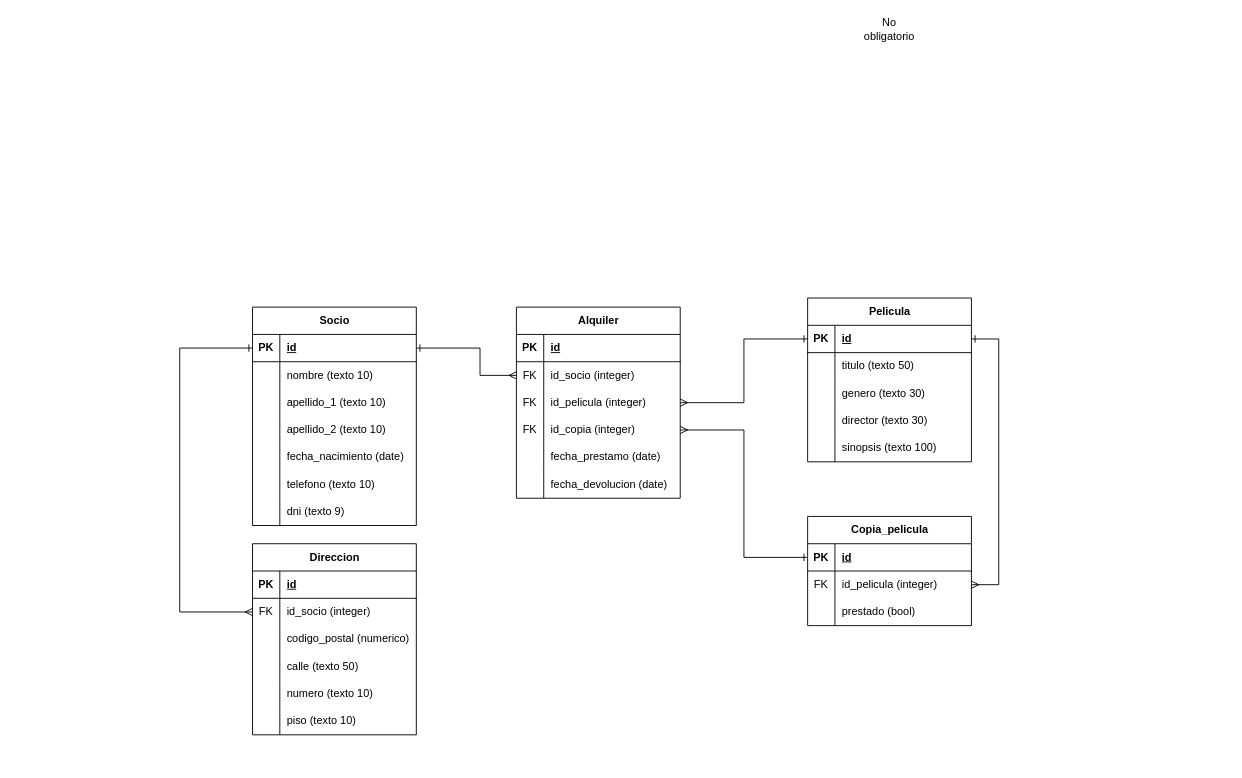
Above: practica.drawio in PaulaBCdev/practica_sql (draw.io), before the change. Source tidied: cells renumbered, new cells numbered last; positions are measured from the earlier drawing's top-left corner, leaving out a move shared by most shapes. Both pictures are drawn from the tidied source at 91%, with x=0, y=0 at pixel (179, 15).
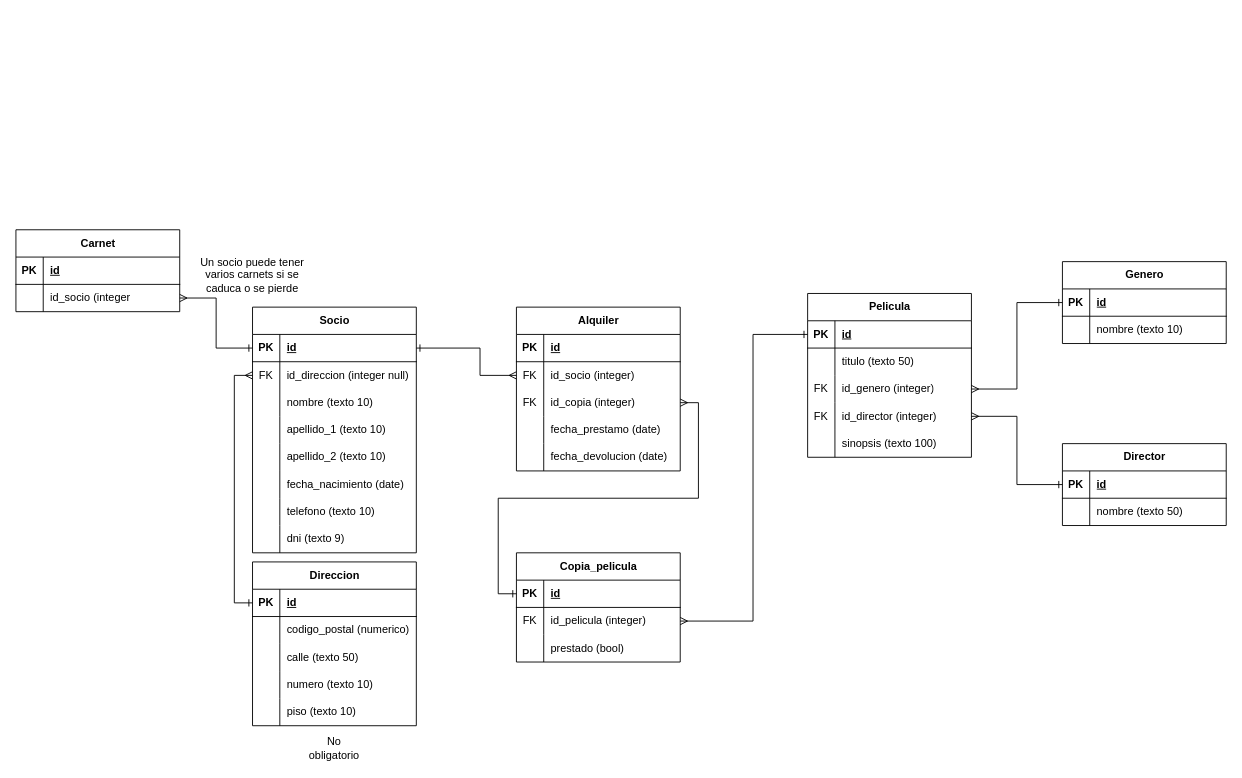
After the change.

Commit message (it also covers changes not shown here):
Nuevas tablas en draw.io e inserts en las tablas en dbeaver

Unchanged cells that the change refers to:
```xml
<mxCell id="3" style="shape=tableRow;horizontal=0;startSize=0;swimlaneHead=0;swimlaneBody=0;fillColor=none;points=[[0,0.5],[1,0.5]];portConstraint=eastwest;top=0;left=0;right=0;bottom=1;" parent="2" vertex="1">
  <mxGeometry y="30" width="180" height="30" as="geometry" />
</mxCell>
<mxCell id="25" style="shape=tableRow;horizontal=0;startSize=0;swimlaneHead=0;swimlaneBody=0;fillColor=none;points=[[0,0.5],[1,0.5]];portConstraint=eastwest;top=0;left=0;right=0;bottom=1;" parent="24" vertex="1">
  <mxGeometry y="30" width="180" height="30" as="geometry" />
</mxCell>
<mxCell id="44" style="shape=tableRow;horizontal=0;startSize=0;swimlaneHead=0;swimlaneBody=0;fillColor=none;points=[[0,0.5],[1,0.5]];portConstraint=eastwest;top=0;left=0;right=0;bottom=1;" parent="43" vertex="1">
  <mxGeometry y="30" width="180" height="30" as="geometry" />
</mxCell>
<mxCell id="50" style="shape=tableRow;horizontal=0;startSize=0;swimlaneHead=0;swimlaneBody=0;fillColor=none;points=[[0,0.5],[1,0.5]];portConstraint=eastwest;top=0;left=0;right=0;bottom=0;" parent="43" vertex="1">
  <mxGeometry y="90" width="180" height="30" as="geometry" />
</mxCell>
<mxCell id="53" style="shape=tableRow;horizontal=0;startSize=0;swimlaneHead=0;swimlaneBody=0;fillColor=none;points=[[0,0.5],[1,0.5]];portConstraint=eastwest;top=0;left=0;right=0;bottom=0;" parent="43" vertex="1">
  <mxGeometry y="120" width="180" height="30" as="geometry" />
</mxCell>
<mxCell id="82" style="shape=tableRow;horizontal=0;startSize=0;swimlaneHead=0;swimlaneBody=0;fillColor=none;points=[[0,0.5],[1,0.5]];portConstraint=eastwest;top=0;left=0;right=0;bottom=0;" parent="78" vertex="1">
  <mxGeometry y="60" width="180" height="30" as="geometry" />
</mxCell>
```

What changed in the source:
```diff
@@
     <mxCell id="2" value="Socio" style="shape=table;startSize=30;childLayout=tableLayout;rowLines=0;fontStyle=1;align=center;html=1;" parent="1" vertex="1">
-      <mxGeometry x="80" y="320" width="180" height="240" as="geometry" />
+      <mxGeometry x="80" y="320" width="180" height="270" as="geometry" />
     </mxCell>
@@
+    <mxCell id="94" style="shape=tableRow;horizontal=0;startSize=0;swimlaneHead=0;swimlaneBody=0;fillColor=none;points=[[0,0.5],[1,0.5]];portConstraint=eastwest;top=0;left=0;right=0;bottom=0;" parent="2" vertex="1">
+      <mxGeometry y="60" width="180" height="30" as="geometry" />
+    </mxCell>
+    <mxCell id="95" value="FK" style="shape=partialRectangle;fillColor=none;top=0;left=0;bottom=0;right=0;overflow=hidden;whiteSpace=wrap;html=1;" parent="94" vertex="1">
+      <mxGeometry width="30" height="30" as="geometry" />
+    </mxCell>
+    <mxCell id="96" value="id_direccion (integer null)" style="shape=partialRectangle;fillColor=none;top=0;left=0;bottom=0;right=0;align=left;spacingLeft=6;overflow=hidden;whiteSpace=wrap;html=1;" parent="94" vertex="1">
+      <mxGeometry x="30" width="150" height="30" as="geometry" />
+    </mxCell>
     <mxCell id="6" style="shape=tableRow;horizontal=0;startSize=0;swimlaneHead=0;swimlaneBody=0;fillColor=none;top=0;left=0;right=0;bottom=0;" parent="2" vertex="1">
-      <mxGeometry y="60" width="180" height="30" as="geometry" />
+      <mxGeometry y="90" width="180" height="30" as="geometry" />
     </mxCell>
@@
     <mxCell id="9" style="shape=tableRow;horizontal=0;startSize=0;swimlaneHead=0;swimlaneBody=0;fillColor=none;top=0;left=0;right=0;bottom=0;" parent="2" vertex="1">
-      <mxGeometry y="90" width="180" height="30" as="geometry" />
+      <mxGeometry y="120" width="180" height="30" as="geometry" />
     </mxCell>
@@
     <mxCell id="12" style="shape=tableRow;horizontal=0;startSize=0;swimlaneHead=0;swimlaneBody=0;fillColor=none;top=0;left=0;right=0;bottom=0;" parent="2" vertex="1">
-      <mxGeometry y="120" width="180" height="30" as="geometry" />
+      <mxGeometry y="150" width="180" height="30" as="geometry" />
     </mxCell>
@@
     <mxCell id="15" style="shape=tableRow;horizontal=0;startSize=0;swimlaneHead=0;swimlaneBody=0;fillColor=none;top=0;left=0;right=0;bottom=0;" parent="2" vertex="1">
-      <mxGeometry y="150" width="180" height="30" as="geometry" />
+      <mxGeometry y="180" width="180" height="30" as="geometry" />
     </mxCell>
@@
     <mxCell id="18" style="shape=tableRow;horizontal=0;startSize=0;swimlaneHead=0;swimlaneBody=0;fillColor=none;top=0;left=0;right=0;bottom=0;" parent="2" vertex="1">
-      <mxGeometry y="180" width="180" height="30" as="geometry" />
+      <mxGeometry y="210" width="180" height="30" as="geometry" />
     </mxCell>
@@
     <mxCell id="21" style="shape=tableRow;horizontal=0;startSize=0;swimlaneHead=0;swimlaneBody=0;fillColor=none;top=0;left=0;right=0;bottom=0;" parent="2" vertex="1">
-      <mxGeometry y="210" width="180" height="30" as="geometry" />
+      <mxGeometry y="240" width="180" height="30" as="geometry" />
     </mxCell>
@@
     <mxCell id="24" value="Direccion" style="shape=table;startSize=30;childLayout=tableLayout;rowLines=0;fontStyle=1;align=center;html=1;" parent="1" vertex="1">
-      <mxGeometry x="80" y="580" width="180" height="210" as="geometry" />
+      <mxGeometry x="80" y="600" width="180" height="180" as="geometry" />
     </mxCell>
@@
-    <mxCell id="28" style="shape=tableRow;horizontal=0;startSize=0;swimlaneHead=0;swimlaneBody=0;fillColor=none;points=[[0,0.5],[1,0.5]];portConstraint=eastwest;top=0;left=0;right=0;bottom=0;" parent="24" vertex="1">
-      <mxGeometry y="60" width="180" height="30" as="geometry" />
-    </mxCell>
-    <mxCell id="29" value="FK" style="shape=partialRectangle;fillColor=none;top=0;left=0;bottom=0;right=0;overflow=hidden;whiteSpace=wrap;html=1;" parent="28" vertex="1">
-      <mxGeometry width="30" height="30" as="geometry" />
-    </mxCell>
-    <mxCell id="30" value="id_socio (integer)" style="shape=partialRectangle;fillColor=none;top=0;left=0;bottom=0;right=0;align=left;spacingLeft=6;overflow=hidden;whiteSpace=wrap;html=1;" parent="28" vertex="1">
-      <mxGeometry x="30" width="150" height="30" as="geometry" />
-    </mxCell>
     <mxCell id="31" style="shape=tableRow;horizontal=0;startSize=0;swimlaneHead=0;swimlaneBody=0;fillColor=none;top=0;left=0;right=0;bottom=0;" parent="24" vertex="1">
-      <mxGeometry y="90" width="180" height="30" as="geometry" />
+      <mxGeometry y="60" width="180" height="30" as="geometry" />
     </mxCell>
@@
     <mxCell id="34" style="shape=tableRow;horizontal=0;startSize=0;swimlaneHead=0;swimlaneBody=0;fillColor=none;top=0;left=0;right=0;bottom=0;" parent="24" vertex="1">
-      <mxGeometry y="120" width="180" height="30" as="geometry" />
+      <mxGeometry y="90" width="180" height="30" as="geometry" />
     </mxCell>
@@
     <mxCell id="37" style="shape=tableRow;horizontal=0;startSize=0;swimlaneHead=0;swimlaneBody=0;fillColor=none;top=0;left=0;right=0;bottom=0;" parent="24" vertex="1">
-      <mxGeometry y="150" width="180" height="30" as="geometry" />
+      <mxGeometry y="120" width="180" height="30" as="geometry" />
     </mxCell>
@@
     <mxCell id="40" style="shape=tableRow;horizontal=0;startSize=0;swimlaneHead=0;swimlaneBody=0;fillColor=none;top=0;left=0;right=0;bottom=0;" parent="24" vertex="1">
-      <mxGeometry y="180" width="180" height="30" as="geometry" />
+      <mxGeometry y="150" width="180" height="30" as="geometry" />
     </mxCell>
@@
     <mxCell id="43" value="Pelicula" style="shape=table;startSize=30;childLayout=tableLayout;rowLines=0;fontStyle=1;align=center;html=1;" parent="1" vertex="1">
-      <mxGeometry x="690" y="310" width="180" height="180" as="geometry" />
+      <mxGeometry x="690" y="305" width="180" height="180" as="geometry" />
     </mxCell>
@@
-    <mxCell id="51" style="shape=partialRectangle;fillColor=none;top=0;left=0;bottom=0;right=0;overflow=hidden;whiteSpace=wrap;html=1;" parent="50" vertex="1">
+    <mxCell id="51" value="FK" style="shape=partialRectangle;fillColor=none;top=0;left=0;bottom=0;right=0;overflow=hidden;whiteSpace=wrap;html=1;" parent="50" vertex="1">
       <mxGeometry width="30" height="30" as="geometry" />
     </mxCell>
-    <mxCell id="52" value="genero (texto 30)" style="shape=partialRectangle;fillColor=none;top=0;left=0;bottom=0;right=0;align=left;spacingLeft=6;overflow=hidden;whiteSpace=wrap;html=1;" parent="50" vertex="1">
+    <mxCell id="52" value="id_genero (integer)" style="shape=partialRectangle;fillColor=none;top=0;left=0;bottom=0;right=0;align=left;spacingLeft=6;overflow=hidden;whiteSpace=wrap;html=1;" parent="50" vertex="1">
       <mxGeometry x="30" width="150" height="30" as="geometry" />
     </mxCell>
@@
-    <mxCell id="54" style="shape=partialRectangle;fillColor=none;top=0;left=0;bottom=0;right=0;overflow=hidden;whiteSpace=wrap;html=1;" parent="53" vertex="1">
+    <mxCell id="54" value="FK" style="shape=partialRectangle;fillColor=none;top=0;left=0;bottom=0;right=0;overflow=hidden;whiteSpace=wrap;html=1;" parent="53" vertex="1">
       <mxGeometry width="30" height="30" as="geometry" />
     </mxCell>
-    <mxCell id="55" value="director (texto 30)" style="shape=partialRectangle;fillColor=none;top=0;left=0;bottom=0;right=0;align=left;spacingLeft=6;overflow=hidden;whiteSpace=wrap;html=1;" parent="53" vertex="1">
+    <mxCell id="55" value="id_director (integer)" style="shape=partialRectangle;fillColor=none;top=0;left=0;bottom=0;right=0;align=left;spacingLeft=6;overflow=hidden;whiteSpace=wrap;html=1;" parent="53" vertex="1">
       <mxGeometry x="30" width="150" height="30" as="geometry" />
     </mxCell>
@@
     <mxCell id="59" value="Alquiler" style="shape=table;startSize=30;childLayout=tableLayout;rowLines=0;fontStyle=1;align=center;html=1;" parent="1" vertex="1">
-      <mxGeometry x="370" y="320" width="180" height="210" as="geometry" />
+      <mxGeometry x="370" y="320" width="180" height="180" as="geometry" />
     </mxCell>
@@
-    <mxCell id="66" style="shape=tableRow;horizontal=0;startSize=0;swimlaneHead=0;swimlaneBody=0;fillColor=none;points=[[0,0.5],[1,0.5]];portConstraint=eastwest;top=0;left=0;right=0;bottom=0;" parent="59" vertex="1">
-      <mxGeometry y="90" width="180" height="30" as="geometry" />
-    </mxCell>
-    <mxCell id="67" value="FK" style="shape=partialRectangle;fillColor=none;top=0;left=0;bottom=0;right=0;overflow=hidden;whiteSpace=wrap;html=1;" parent="66" vertex="1">
-      <mxGeometry width="30" height="30" as="geometry" />
-    </mxCell>
-    <mxCell id="68" value="id_pelicula (integer)" style="shape=partialRectangle;fillColor=none;top=0;left=0;bottom=0;right=0;align=left;spacingLeft=6;overflow=hidden;whiteSpace=wrap;html=1;" parent="66" vertex="1">
-      <mxGeometry x="30" width="150" height="30" as="geometry" />
-    </mxCell>
     <mxCell id="69" style="shape=tableRow;horizontal=0;startSize=0;swimlaneHead=0;swimlaneBody=0;fillColor=none;points=[[0,0.5],[1,0.5]];portConstraint=eastwest;top=0;left=0;right=0;bottom=0;" parent="59" vertex="1">
-      <mxGeometry y="120" width="180" height="30" as="geometry" />
+      <mxGeometry y="90" width="180" height="30" as="geometry" />
     </mxCell>
@@
     <mxCell id="72" style="shape=tableRow;horizontal=0;startSize=0;swimlaneHead=0;swimlaneBody=0;fillColor=none;top=0;left=0;right=0;bottom=0;" parent="59" vertex="1">
-      <mxGeometry y="150" width="180" height="30" as="geometry" />
+      <mxGeometry y="120" width="180" height="30" as="geometry" />
     </mxCell>
@@
     <mxCell id="75" style="shape=tableRow;horizontal=0;startSize=0;swimlaneHead=0;swimlaneBody=0;fillColor=none;top=0;left=0;right=0;bottom=0;" parent="59" vertex="1">
-      <mxGeometry y="180" width="180" height="30" as="geometry" />
+      <mxGeometry y="150" width="180" height="30" as="geometry" />
     </mxCell>
@@
     <mxCell id="78" value="Copia_pelicula" style="shape=table;startSize=30;childLayout=tableLayout;rowLines=0;fontStyle=1;align=center;html=1;" parent="1" vertex="1">
-      <mxGeometry x="690" y="550" width="180" height="120" as="geometry" />
+      <mxGeometry x="370" y="590" width="180" height="120" as="geometry" />
     </mxCell>
@@
-    <mxCell id="88" style="edgeStyle=orthogonalEdgeStyle;rounded=0;jettySize=auto;html=1;startArrow=ERone;startFill=0;endArrow=ERmany;endFill=0;exitX=0;exitY=0.5;exitDx=0;exitDy=0;" parent="1" edge="1" source="3" target="28">
-      <mxGeometry relative="1" as="geometry">
-        <Array as="points">
-          <mxPoint y="365" />
-          <mxPoint y="655" />
-        </Array>
-      </mxGeometry>
-    </mxCell>
     <mxCell id="89" value="No obligatorio" style="text;html=1;align=center;verticalAlign=middle;whiteSpace=wrap;rounded=0;" parent="1" vertex="1">
-      <mxGeometry x="750" width="60" height="30" as="geometry" />
+      <mxGeometry x="140" y="790" width="60" height="30" as="geometry" />
     </mxCell>
     <mxCell id="90" style="edgeStyle=orthogonalEdgeStyle;rounded=0;jettySize=auto;html=1;startArrow=ERone;startFill=0;endArrow=ERmany;endFill=0;" parent="1" edge="1" source="44" target="82">
       <mxGeometry relative="1" as="geometry">
         <Array as="points">
-          <mxPoint x="900" y="355" />
-          <mxPoint x="900" y="625" />
+          <mxPoint x="630" y="350" />
+          <mxPoint x="630" y="665" />
         </Array>
       </mxGeometry>
     </mxCell>
@@
-    <mxCell id="92" style="edgeStyle=orthogonalEdgeStyle;rounded=0;jettySize=auto;html=1;startArrow=ERone;startFill=0;endArrow=ERmany;endFill=0;" parent="1" edge="1" source="44" target="66">
-      <mxGeometry relative="1" as="geometry" />
-    </mxCell>
@@
+    <mxCell id="97" value="Genero" style="shape=table;startSize=30;childLayout=tableLayout;rowLines=0;fontStyle=1;align=center;html=1;" parent="1" vertex="1">
+      <mxGeometry x="970" y="270" width="180" height="90" as="geometry" />
+    </mxCell>
+    <mxCell id="98" style="shape=tableRow;horizontal=0;startSize=0;swimlaneHead=0;swimlaneBody=0;fillColor=none;points=[[0,0.5],[1,0.5]];portConstraint=eastwest;top=0;left=0;right=0;bottom=1;" parent="97" vertex="1">
+      <mxGeometry y="30" width="180" height="30" as="geometry" />
+    </mxCell>
+    <mxCell id="99" value="PK" style="shape=partialRectangle;fillColor=none;top=0;left=0;bottom=0;right=0;fontStyle=1;overflow=hidden;whiteSpace=wrap;html=1;" parent="98" vertex="1">
+      <mxGeometry width="30" height="30" as="geometry" />
+    </mxCell>
+    <mxCell id="100" value="id" style="shape=partialRectangle;fillColor=none;top=0;left=0;bottom=0;right=0;align=left;spacingLeft=6;fontStyle=5;overflow=hidden;whiteSpace=wrap;html=1;" parent="98" vertex="1">
+      <mxGeometry x="30" width="150" height="30" as="geometry" />
+    </mxCell>
+    <mxCell id="101" style="shape=tableRow;horizontal=0;startSize=0;swimlaneHead=0;swimlaneBody=0;fillColor=none;top=0;left=0;right=0;bottom=0;" parent="97" vertex="1">
+      <mxGeometry y="60" width="180" height="30" as="geometry" />
+    </mxCell>
+    <mxCell id="102" style="shape=partialRectangle;fillColor=none;top=0;left=0;bottom=0;right=0;overflow=hidden;whiteSpace=wrap;html=1;" parent="101" vertex="1">
+      <mxGeometry width="30" height="30" as="geometry" />
+    </mxCell>
+    <mxCell id="103" value="nombre (texto 10)" style="shape=partialRectangle;fillColor=none;top=0;left=0;bottom=0;right=0;align=left;spacingLeft=6;overflow=hidden;whiteSpace=wrap;html=1;" parent="101" vertex="1">
+      <mxGeometry x="30" width="150" height="30" as="geometry" />
+    </mxCell>
+    <mxCell id="104" style="edgeStyle=orthogonalEdgeStyle;rounded=0;jettySize=auto;html=1;startArrow=ERone;startFill=0;endArrow=ERmany;endFill=0;" parent="1" edge="1" source="98" target="50">
+      <mxGeometry relative="1" as="geometry" />
+    </mxCell>
+    <mxCell id="105" value="Director" style="shape=table;startSize=30;childLayout=tableLayout;rowLines=0;fontStyle=1;align=center;html=1;" parent="1" vertex="1">
+      <mxGeometry x="970" y="470" width="180" height="90" as="geometry" />
+    </mxCell>
+    <mxCell id="106" style="shape=tableRow;horizontal=0;startSize=0;swimlaneHead=0;swimlaneBody=0;fillColor=none;points=[[0,0.5],[1,0.5]];portConstraint=eastwest;top=0;left=0;right=0;bottom=1;" parent="105" vertex="1">
+      <mxGeometry y="30" width="180" height="30" as="geometry" />
+    </mxCell>
+    <mxCell id="107" value="PK" style="shape=partialRectangle;fillColor=none;top=0;left=0;bottom=0;right=0;fontStyle=1;overflow=hidden;whiteSpace=wrap;html=1;" parent="106" vertex="1">
+      <mxGeometry width="30" height="30" as="geometry" />
+    </mxCell>
+    <mxCell id="108" value="id" style="shape=partialRectangle;fillColor=none;top=0;left=0;bottom=0;right=0;align=left;spacingLeft=6;fontStyle=5;overflow=hidden;whiteSpace=wrap;html=1;" parent="106" vertex="1">
+      <mxGeometry x="30" width="150" height="30" as="geometry" />
+    </mxCell>
+    <mxCell id="109" style="shape=tableRow;horizontal=0;startSize=0;swimlaneHead=0;swimlaneBody=0;fillColor=none;top=0;left=0;right=0;bottom=0;" parent="105" vertex="1">
+      <mxGeometry y="60" width="180" height="30" as="geometry" />
+    </mxCell>
+    <mxCell id="110" style="shape=partialRectangle;fillColor=none;top=0;left=0;bottom=0;right=0;overflow=hidden;whiteSpace=wrap;html=1;" parent="109" vertex="1">
+      <mxGeometry width="30" height="30" as="geometry" />
+    </mxCell>
+    <mxCell id="111" value="nombre (texto 50)" style="shape=partialRectangle;fillColor=none;top=0;left=0;bottom=0;right=0;align=left;spacingLeft=6;overflow=hidden;whiteSpace=wrap;html=1;" parent="109" vertex="1">
+      <mxGeometry x="30" width="150" height="30" as="geometry" />
+    </mxCell>
+    <mxCell id="112" style="edgeStyle=orthogonalEdgeStyle;rounded=0;jettySize=auto;html=1;startArrow=ERone;startFill=0;endArrow=ERmany;endFill=0;" parent="1" edge="1" source="106" target="53">
+      <mxGeometry relative="1" as="geometry" />
+    </mxCell>
+    <mxCell id="113" style="edgeStyle=orthogonalEdgeStyle;rounded=0;jettySize=auto;html=1;startArrow=ERone;startFill=0;endArrow=ERmany;endFill=0;" parent="1" edge="1" source="25" target="94">
+      <mxGeometry relative="1" as="geometry">
+        <Array as="points">
+          <mxPoint x="60" y="645" />
+          <mxPoint x="60" y="395" />
+        </Array>
+      </mxGeometry>
+    </mxCell>
+    <mxCell id="114" value="Carnet" style="shape=table;startSize=30;childLayout=tableLayout;rowLines=0;fontStyle=1;align=center;html=1;" parent="1" vertex="1">
+      <mxGeometry x="-180" y="235" width="180" height="90" as="geometry" />
+    </mxCell>
+    <mxCell id="115" style="shape=tableRow;horizontal=0;startSize=0;swimlaneHead=0;swimlaneBody=0;fillColor=none;top=0;left=0;right=0;bottom=1;" parent="114" vertex="1">
+      <mxGeometry y="30" width="180" height="30" as="geometry" />
+    </mxCell>
+    <mxCell id="116" value="PK" style="shape=partialRectangle;fillColor=none;top=0;left=0;bottom=0;right=0;fontStyle=1;overflow=hidden;whiteSpace=wrap;html=1;" parent="115" vertex="1">
+      <mxGeometry width="30" height="30" as="geometry" />
+    </mxCell>
+    <mxCell id="117" value="id" style="shape=partialRectangle;fillColor=none;top=0;left=0;bottom=0;right=0;align=left;spacingLeft=6;fontStyle=5;overflow=hidden;whiteSpace=wrap;html=1;" parent="115" vertex="1">
+      <mxGeometry x="30" width="150" height="30" as="geometry" />
+    </mxCell>
+    <mxCell id="118" style="shape=tableRow;horizontal=0;startSize=0;swimlaneHead=0;swimlaneBody=0;fillColor=none;points=[[0,0.5],[1,0.5]];portConstraint=eastwest;top=0;left=0;right=0;bottom=0;" parent="114" vertex="1">
+      <mxGeometry y="60" width="180" height="30" as="geometry" />
+    </mxCell>
+    <mxCell id="119" style="shape=partialRectangle;fillColor=none;top=0;left=0;bottom=0;right=0;overflow=hidden;whiteSpace=wrap;html=1;" parent="118" vertex="1">
+      <mxGeometry width="30" height="30" as="geometry" />
+    </mxCell>
+    <mxCell id="120" value="id_socio (integer" style="shape=partialRectangle;fillColor=none;top=0;left=0;bottom=0;right=0;align=left;spacingLeft=6;overflow=hidden;whiteSpace=wrap;html=1;" parent="118" vertex="1">
+      <mxGeometry x="30" width="150" height="30" as="geometry" />
+    </mxCell>
+    <mxCell id="121" style="edgeStyle=orthogonalEdgeStyle;rounded=0;jettySize=auto;html=1;startArrow=ERone;startFill=0;endArrow=ERmany;endFill=0;" parent="1" edge="1" source="3" target="118">
+      <mxGeometry relative="1" as="geometry" />
+    </mxCell>
+    <mxCell id="122" value="Un socio puede tener varios carnets si se caduca o se pierde" style="text;html=1;align=center;verticalAlign=middle;whiteSpace=wrap;rounded=0;" parent="1" vertex="1">
+      <mxGeometry x="10" y="270" width="140" height="30" as="geometry" />
+    </mxCell>
```
